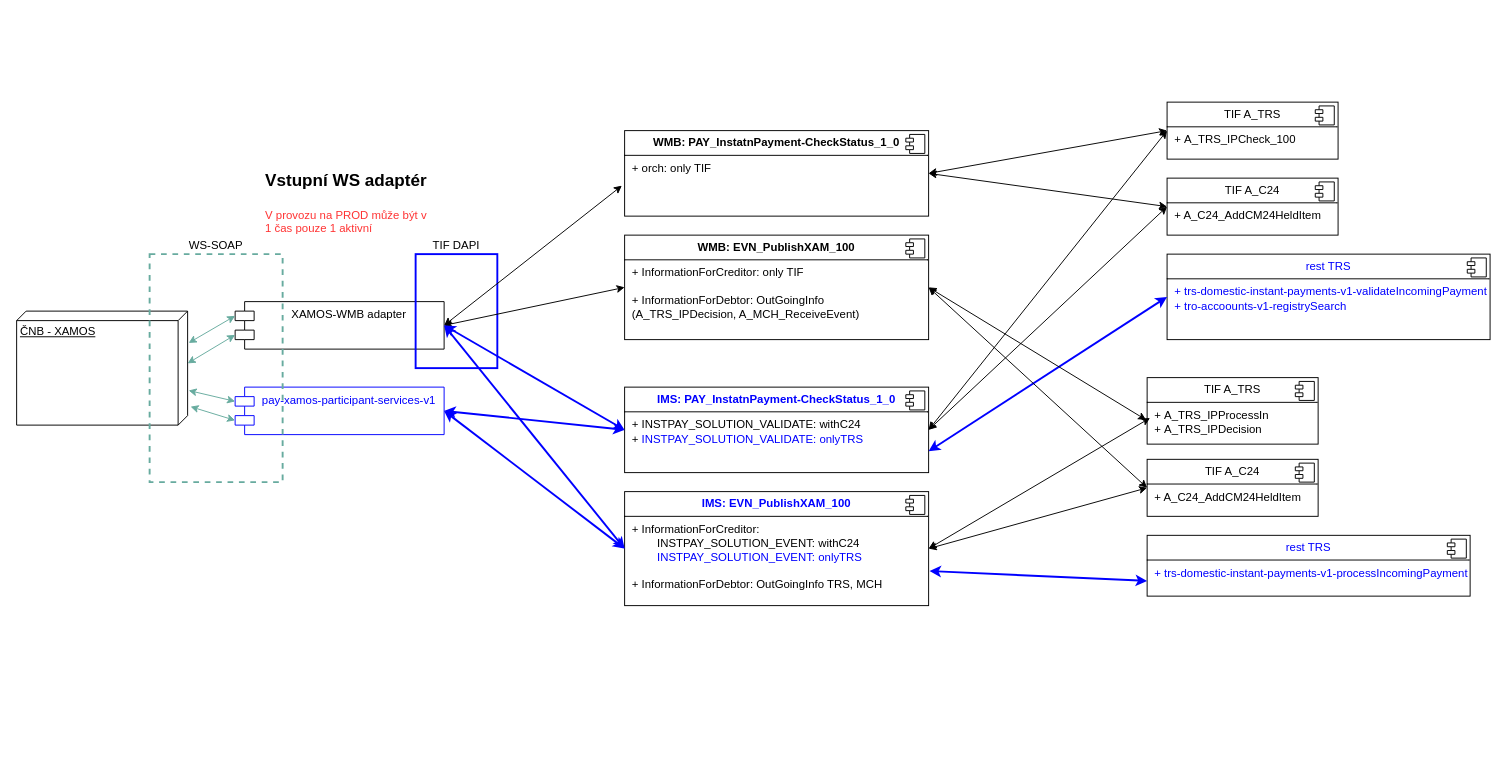
Above: InstantPayment.drawio in MichalHasekRB/my-Diagrams (draw.io), before the change. Source tidied: cells renumbered, new cells numbered last; positions are measured from the earlier drawing's top-left corner, leaving out a move shared by most shapes. Both pictures are drawn from the tidied source at 95%, with x=0, y=0 at pixel (16, 102).
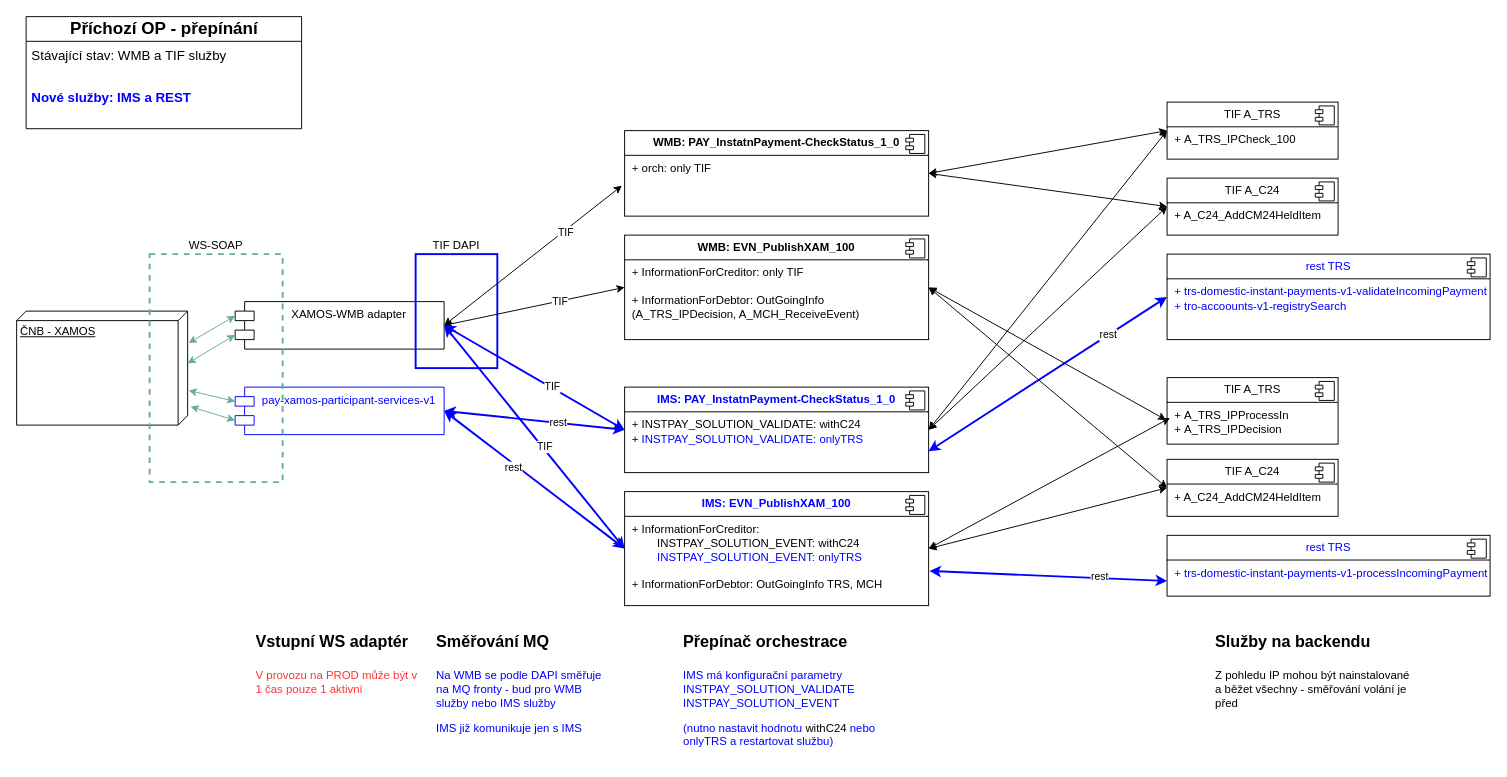
Above is the later version.

The change refers to these unchanged cells:
```xml
<mxCell id="31" style="endArrow=classic;startArrow=classic;html=1;rounded=0;entryX=0;entryY=0.5;entryDx=0;entryDy=0;exitX=1;exitY=0.75;exitDx=0;exitDy=0;strokeColor=#0000FF;strokeWidth=2;" parent="1" edge="1" source="17" target="23">
  <mxGeometry relative="1" as="geometry" />
</mxCell>
<mxCell id="32" style="endArrow=classic;startArrow=classic;html=1;rounded=0;entryX=0;entryY=0.75;entryDx=0;entryDy=0;exitX=1.003;exitY=0.696;exitDx=0;exitDy=0;strokeColor=#0000FF;strokeWidth=2;exitPerimeter=0;" parent="1" edge="1" source="15" target="27">
  <mxGeometry relative="1" as="geometry" />
</mxCell>
<mxCell id="42" style="endArrow=classic;startArrow=classic;html=1;rounded=0;entryX=-0.009;entryY=0.644;entryDx=0;entryDy=0;entryPerimeter=0;exitX=1;exitY=0.5;exitDx=0;exitDy=0;" parent="1" edge="1" source="4" target="11">
  <mxGeometry relative="1" as="geometry" />
</mxCell>
<mxCell id="43" style="endArrow=classic;startArrow=classic;html=1;rounded=0;entryX=0;entryY=0.5;entryDx=0;entryDy=0;exitX=1;exitY=0.5;exitDx=0;exitDy=0;" parent="1" edge="1" source="4" target="13">
  <mxGeometry relative="1" as="geometry" />
</mxCell>
<mxCell id="44" style="endArrow=classic;startArrow=classic;html=1;rounded=0;entryX=0;entryY=0.5;entryDx=0;entryDy=0;exitX=1;exitY=0.5;exitDx=0;exitDy=0;strokeColor=#0000FF;strokeWidth=2;" parent="1" edge="1" source="3" target="15">
  <mxGeometry relative="1" as="geometry" />
</mxCell>
<mxCell id="45" style="endArrow=classic;startArrow=classic;html=1;rounded=0;entryX=0;entryY=0.5;entryDx=0;entryDy=0;exitX=1;exitY=0.5;exitDx=0;exitDy=0;strokeColor=#0000FF;strokeWidth=2;" parent="1" edge="1" source="3" target="17">
  <mxGeometry relative="1" as="geometry" />
</mxCell>
<mxCell id="46" style="endArrow=classic;startArrow=classic;html=1;rounded=0;entryX=0;entryY=0.5;entryDx=0;entryDy=0;exitX=1;exitY=0.5;exitDx=0;exitDy=0;strokeColor=#0000FF;strokeWidth=2;" parent="1" edge="1" source="4" target="17">
  <mxGeometry relative="1" as="geometry" />
</mxCell>
<mxCell id="47" style="endArrow=classic;startArrow=classic;html=1;rounded=0;entryX=0;entryY=0.5;entryDx=0;entryDy=0;exitX=1;exitY=0.5;exitDx=0;exitDy=0;strokeColor=#0000FF;strokeWidth=2;" parent="1" edge="1" source="4" target="15">
  <mxGeometry relative="1" as="geometry" />
</mxCell>
```

What changed in the source:
```diff
@@
-    <mxCell id="10" value="&lt;h1 style=&quot;margin-top: 0px;&quot;&gt;&lt;font style=&quot;font-size: 18px;&quot;&gt;Vstupní WS adaptér&lt;/font&gt;&lt;/h1&gt;&lt;p&gt;&lt;font style=&quot;color: rgb(255, 51, 51);&quot;&gt;V provozu na PROD může být v 1 čas pouze 1 aktivní&lt;/font&gt;&lt;/p&gt;" style="text;html=1;whiteSpace=wrap;overflow=hidden;rounded=0;" parent="1" vertex="1">
-      <mxGeometry x="260" y="60" width="180" height="120" as="geometry" />
+    <mxCell id="10" value="&lt;h1 style=&quot;margin-top: 0px;&quot;&gt;&lt;font style=&quot;font-size: 17px;&quot;&gt;Vstupní WS adaptér&lt;/font&gt;&lt;/h1&gt;&lt;p&gt;&lt;font style=&quot;color: rgb(255, 51, 51);&quot;&gt;V provozu na PROD může být v 1 čas pouze 1 aktivní&lt;/font&gt;&lt;/p&gt;" style="text;html=1;whiteSpace=wrap;overflow=hidden;rounded=0;" parent="1" vertex="1">
+      <mxGeometry x="250" y="545" width="180" height="120" as="geometry" />
     </mxCell>
@@
     <mxCell id="25" value="&lt;p style=&quot;margin:0px;margin-top:6px;text-align:center;&quot;&gt;TIF A_C24&lt;/p&gt;&lt;hr size=&quot;1&quot; style=&quot;border-style:solid;&quot;&gt;&lt;p style=&quot;margin:0px;margin-left:8px;&quot;&gt;+ A_C24_AddCM24HeldItem&lt;br&gt;&lt;/p&gt;" style="align=left;overflow=fill;html=1;whiteSpace=wrap;" parent="1" vertex="1">
-      <mxGeometry x="1190" y="376" width="180" height="60" as="geometry" />
+      <mxGeometry x="1211" y="376" width="180" height="60" as="geometry" />
     </mxCell>
@@
     <mxCell id="27" value="&lt;p style=&quot;margin:0px;margin-top:6px;text-align:center;&quot;&gt;&lt;span style=&quot;text-align: left;&quot;&gt;&lt;font style=&quot;color: rgb(0, 0, 255);&quot;&gt;rest TRS&lt;/font&gt;&lt;/span&gt;&lt;/p&gt;&lt;hr size=&quot;1&quot; style=&quot;border-style:solid;&quot;&gt;&lt;p style=&quot;margin:0px;margin-left:8px;&quot;&gt;&lt;font style=&quot;color: rgb(0, 0, 255);&quot;&gt;+ trs-domestic-instant-payments-v1-processIncomingPayment&lt;/font&gt;&lt;br&gt;&lt;/p&gt;" style="align=left;overflow=fill;html=1;whiteSpace=wrap;" parent="1" vertex="1">
-      <mxGeometry x="1190" y="456" width="340" height="64" as="geometry" />
+      <mxGeometry x="1211" y="456" width="340" height="64" as="geometry" />
     </mxCell>
@@
     <mxCell id="29" value="&lt;p style=&quot;margin:0px;margin-top:6px;text-align:center;&quot;&gt;&lt;span style=&quot;text-align: left;&quot;&gt;TIF A_TRS&lt;/span&gt;&lt;/p&gt;&lt;hr size=&quot;1&quot; style=&quot;border-style:solid;&quot;&gt;&lt;p style=&quot;margin:0px;margin-left:8px;&quot;&gt;+&amp;nbsp;&lt;span style=&quot;background-color: transparent; color: light-dark(rgb(0, 0, 0), rgb(255, 255, 255));&quot;&gt;A_TRS_IPProcessIn&lt;/span&gt;&lt;/p&gt;&lt;p style=&quot;margin:0px;margin-left:8px;&quot;&gt;&lt;span style=&quot;background-color: transparent; color: light-dark(rgb(0, 0, 0), rgb(255, 255, 255));&quot;&gt;+&amp;nbsp;&lt;/span&gt;&lt;span style=&quot;background-color: transparent; color: light-dark(rgb(0, 0, 0), rgb(255, 255, 255));&quot;&gt;A_TRS_IPDecision&lt;/span&gt;&lt;/p&gt;" style="align=left;overflow=fill;html=1;whiteSpace=wrap;" parent="1" vertex="1">
-      <mxGeometry x="1190" y="290" width="180" height="70" as="geometry" />
+      <mxGeometry x="1211" y="290" width="180" height="70" as="geometry" />
     </mxCell>
@@
+    <mxCell id="48" value="rest" style="edgeLabel;html=1;align=center;verticalAlign=middle;" parent="31" vertex="1">
+      <mxGeometry x="0.5" relative="1" as="geometry">
+        <mxPoint y="-1" as="offset" />
+      </mxGeometry>
+    </mxCell>
@@
+    <mxCell id="49" value="rest" style="edgeLabel;html=1;align=center;verticalAlign=middle;" parent="32" vertex="1">
+      <mxGeometry x="0.42" y="2" relative="1" as="geometry">
+        <mxPoint x="1" as="offset" />
+      </mxGeometry>
+    </mxCell>
@@
+    <mxCell id="50" value="TIF" style="edgeLabel;html=1;align=center;verticalAlign=middle;" parent="42" vertex="1">
+      <mxGeometry x="0.35" y="-1" relative="1" as="geometry" />
+    </mxCell>
@@
+    <mxCell id="51" value="TIF" style="edgeLabel;html=1;align=center;verticalAlign=middle;" parent="43" vertex="1">
+      <mxGeometry x="0.28" relative="1" as="geometry" />
+    </mxCell>
@@
+    <mxCell id="52" value="rest" style="edgeLabel;html=1;align=center;verticalAlign=middle;" parent="44" vertex="1">
+      <mxGeometry x="-0.21" y="-3" relative="1" as="geometry" />
+    </mxCell>
@@
+    <mxCell id="53" value="rest" style="edgeLabel;html=1;align=center;verticalAlign=middle;" parent="45" vertex="1">
+      <mxGeometry x="0.25" y="1" relative="1" as="geometry">
+        <mxPoint x="1" as="offset" />
+      </mxGeometry>
+    </mxCell>
@@
+    <mxCell id="54" value="TIF" style="edgeLabel;html=1;align=center;verticalAlign=middle;" parent="46" vertex="1">
+      <mxGeometry x="0.18" y="1" relative="1" as="geometry" />
+    </mxCell>
@@
+    <mxCell id="55" value="TIF" style="edgeLabel;html=1;align=center;verticalAlign=middle;" parent="47" vertex="1">
+      <mxGeometry x="0.1" y="1" relative="1" as="geometry">
+        <mxPoint y="-1" as="offset" />
+      </mxGeometry>
+    </mxCell>
+    <mxCell id="56" value="&lt;h1 style=&quot;margin-top: 0px;&quot;&gt;&lt;span style=&quot;font-size: 17px;&quot;&gt;Směřování MQ&lt;/span&gt;&lt;/h1&gt;&lt;p&gt;&lt;font style=&quot;color: rgb(0, 0, 255);&quot;&gt;Na WMB se podle DAPI směřuje na MQ fronty - bud pro WMB služby nebo IMS služby&lt;/font&gt;&lt;/p&gt;&lt;p&gt;&lt;font style=&quot;color: rgb(0, 0, 255);&quot;&gt;IMS již komunikuje jen s IMS&lt;/font&gt;&lt;/p&gt;" style="text;html=1;whiteSpace=wrap;overflow=hidden;rounded=0;" parent="1" vertex="1">
+      <mxGeometry x="440" y="545" width="180" height="120" as="geometry" />
+    </mxCell>
+    <mxCell id="57" value="&lt;h1 style=&quot;margin-top: 0px;&quot;&gt;&lt;span style=&quot;font-size: 17px;&quot;&gt;Přepínač orchestrace&lt;/span&gt;&lt;/h1&gt;&lt;p&gt;&lt;font style=&quot;color: rgb(0, 0, 255);&quot;&gt;IMS má konfigurační parametry&lt;br&gt;INSTPAY_SOLUTION_VALIDATE&lt;br&gt;INSTPAY_SOLUTION_EVENT&lt;/font&gt;&lt;/p&gt;&lt;p&gt;&lt;font style=&quot;color: rgb(0, 0, 255);&quot;&gt;(nutno nastavit hodnotu &lt;/font&gt;&lt;font style=&quot;color: rgb(0, 0, 0);&quot;&gt;withC24&lt;/font&gt;&lt;font style=&quot;color: rgb(0, 0, 255);&quot;&gt; nebo onlyTRS a restartovat službu)&lt;/font&gt;&lt;/p&gt;" style="text;html=1;whiteSpace=wrap;overflow=hidden;rounded=0;" parent="1" vertex="1">
+      <mxGeometry x="700" y="545" width="210" height="145" as="geometry" />
+    </mxCell>
+    <mxCell id="58" value="&lt;h1 style=&quot;margin-top: 0px;&quot;&gt;&lt;span style=&quot;font-size: 17px;&quot;&gt;Služby na backendu&lt;/span&gt;&lt;/h1&gt;&lt;p&gt;&lt;font&gt;&lt;font style=&quot;color: rgb(0, 0, 0);&quot;&gt;Z pohledu IP mohou být nainstalované a běžet všechny - směřování volání je před&lt;/font&gt;&lt;br&gt;&lt;/font&gt;&lt;/p&gt;" style="text;html=1;whiteSpace=wrap;overflow=hidden;rounded=0;" parent="1" vertex="1">
+      <mxGeometry x="1260" y="545" width="210" height="145" as="geometry" />
+    </mxCell>
+    <mxCell id="59" value="&lt;font style=&quot;font-size: 18px;&quot;&gt;&lt;b&gt;Příchozí OP - přepínání&lt;/b&gt;&lt;/font&gt;" style="swimlane;fontStyle=0;horizontal=1;startSize=26;fillColor=none;html=1;" parent="1" vertex="1">
+      <mxGeometry x="10" y="-90" width="290" height="118" as="geometry" />
+    </mxCell>
+    <mxCell id="60" value="&lt;font style=&quot;font-size: 14px;&quot;&gt;Stávající stav: WMB a TIF služby&lt;/font&gt;" style="text;strokeColor=none;fillColor=none;align=left;verticalAlign=top;spacingLeft=4;spacingRight=4;overflow=hidden;whiteSpace=wrap;html=1;" parent="59" vertex="1">
+      <mxGeometry y="26" width="290" height="44" as="geometry" />
+    </mxCell>
+    <mxCell id="61" value="&lt;font style=&quot;color: rgb(0, 0, 255); font-size: 14px;&quot;&gt;&lt;b&gt;Nové služby: IMS a REST&lt;/b&gt;&lt;/font&gt;" style="text;strokeColor=none;fillColor=none;align=left;verticalAlign=top;spacingLeft=4;spacingRight=4;overflow=hidden;whiteSpace=wrap;html=1;" parent="59" vertex="1">
+      <mxGeometry y="70" width="290" height="48" as="geometry" />
+    </mxCell>
```
